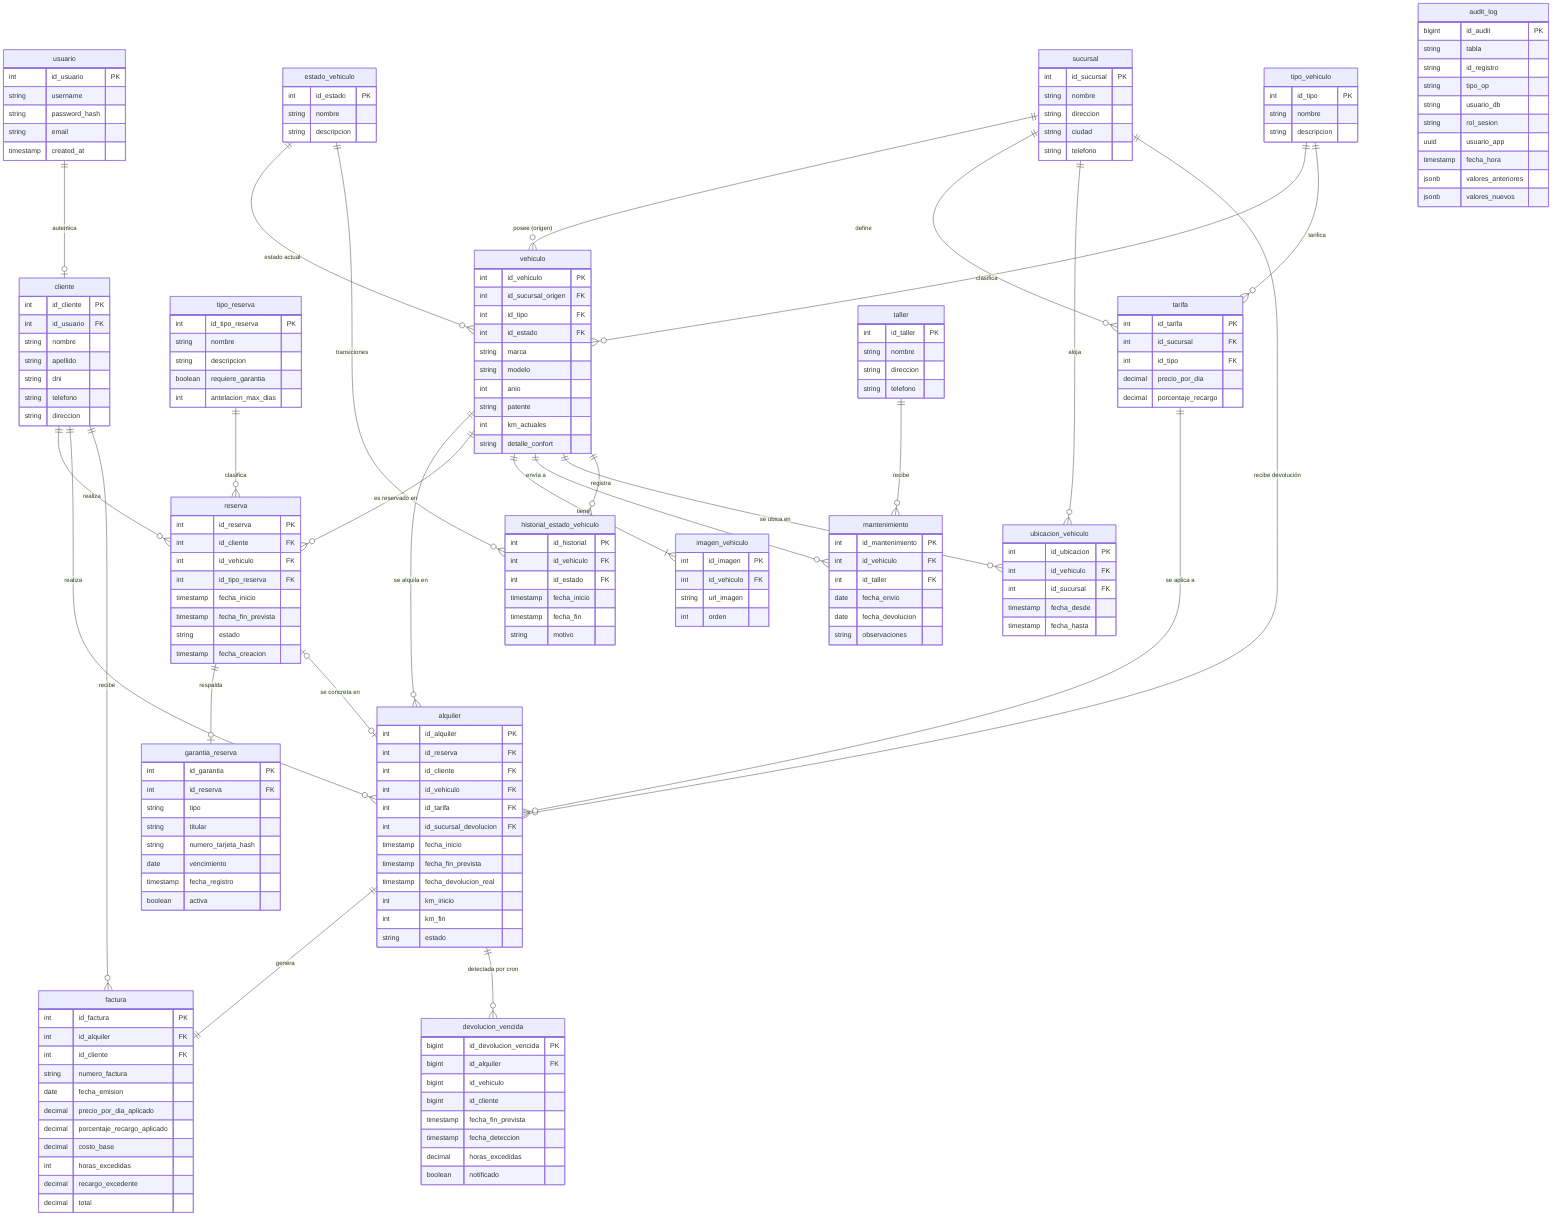
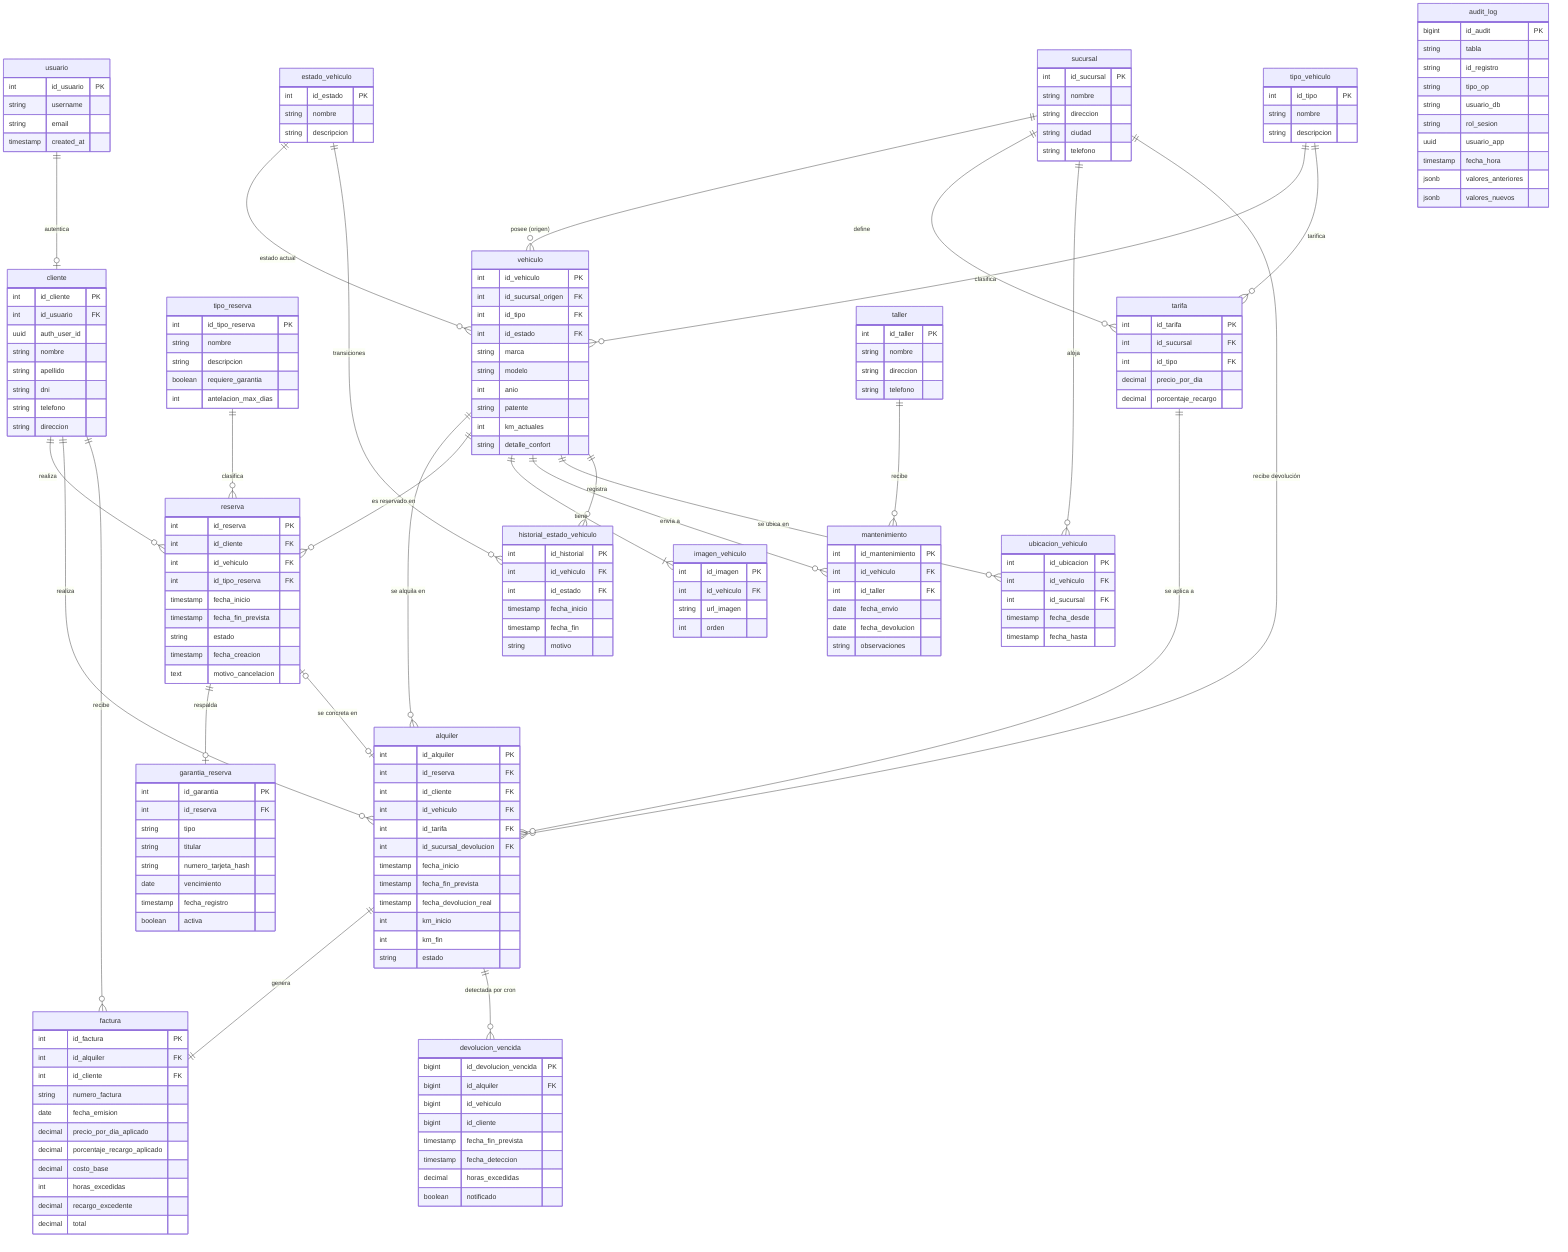
erDiagram
    usuario ||--o| cliente : "autentica"
    cliente ||--o{ reserva : "realiza"
    cliente ||--o{ alquiler : "realiza"
    cliente ||--o{ factura : "recibe"
    tipo_reserva ||--o{ reserva : "clasifica"
    reserva ||--o| garantia_reserva : "respalda"
    reserva |o--o| alquiler : "se concreta en"
    sucursal ||--o{ vehiculo : "posee (origen)"
    sucursal ||--o{ tarifa : "define"
    sucursal ||--o{ ubicacion_vehiculo : "aloja"
    sucursal ||--o{ alquiler : "recibe devolución"
    tipo_vehiculo ||--o{ vehiculo : "clasifica"
    tipo_vehiculo ||--o{ tarifa : "tarifica"
    tarifa ||--o{ alquiler : "se aplica a"
    estado_vehiculo ||--o{ vehiculo : "estado actual"
    estado_vehiculo ||--o{ historial_estado_vehiculo : "transiciones"
    vehiculo ||--o{ alquiler : "se alquila en"
    vehiculo ||--o{ reserva : "es reservado en"
    vehiculo ||--|{ imagen_vehiculo : "tiene"
    vehiculo ||--o{ mantenimiento : "envía a"
    vehiculo ||--o{ ubicacion_vehiculo : "se ubica en"
    vehiculo ||--o{ historial_estado_vehiculo : "registra"
    taller ||--o{ mantenimiento : "recibe"
    alquiler ||--|| factura : "genera"
    alquiler ||--o{ devolucion_vencida : "detectada por cron"

    usuario {
        int id_usuario PK
        string username
-         string password_hash
        string email
        timestamp created_at
    }
    cliente {
        int id_cliente PK
        int id_usuario FK
+         uuid auth_user_id
        string nombre
        string apellido
        string dni
        string telefono
        string direccion
    }
    sucursal {
        int id_sucursal PK
        string nombre
        string direccion
        string ciudad
        string telefono
    }
    tipo_vehiculo {
        int id_tipo PK
        string nombre
        string descripcion
    }
    estado_vehiculo {
        int id_estado PK
        string nombre
        string descripcion
    }
    tipo_reserva {
        int id_tipo_reserva PK
        string nombre
        string descripcion
        boolean requiere_garantia
        int antelacion_max_dias
    }
    tarifa {
        int id_tarifa PK
        int id_sucursal FK
        int id_tipo FK
        decimal precio_por_dia
        decimal porcentaje_recargo
    }
    vehiculo {
        int id_vehiculo PK
        int id_sucursal_origen FK
        int id_tipo FK
        int id_estado FK
        string marca
        string modelo
        int anio
        string patente
        int km_actuales
        string detalle_confort
    }
    ubicacion_vehiculo {
        int id_ubicacion PK
        int id_vehiculo FK
        int id_sucursal FK
        timestamp fecha_desde
        timestamp fecha_hasta
    }
    historial_estado_vehiculo {
        int id_historial PK
        int id_vehiculo FK
        int id_estado FK
        timestamp fecha_inicio
        timestamp fecha_fin
        string motivo
    }
    imagen_vehiculo {
        int id_imagen PK
        int id_vehiculo FK
        string url_imagen
        int orden
    }
    reserva {
        int id_reserva PK
        int id_cliente FK
        int id_vehiculo FK
        int id_tipo_reserva FK
        timestamp fecha_inicio
        timestamp fecha_fin_prevista
        string estado
        timestamp fecha_creacion
+         text motivo_cancelacion
    }
    garantia_reserva {
        int id_garantia PK
        int id_reserva FK
        string tipo
        string titular
        string numero_tarjeta_hash
        date vencimiento
        timestamp fecha_registro
        boolean activa
    }
    alquiler {
        int id_alquiler PK
        int id_reserva FK
        int id_cliente FK
        int id_vehiculo FK
        int id_tarifa FK
        int id_sucursal_devolucion FK
        timestamp fecha_inicio
        timestamp fecha_fin_prevista
        timestamp fecha_devolucion_real
        int km_inicio
        int km_fin
        string estado
    }
    factura {
        int id_factura PK
        int id_alquiler FK
        int id_cliente FK
        string numero_factura
        date fecha_emision
        decimal precio_por_dia_aplicado
        decimal porcentaje_recargo_aplicado
        decimal costo_base
        int horas_excedidas
        decimal recargo_excedente
        decimal total
    }
    taller {
        int id_taller PK
        string nombre
        string direccion
        string telefono
    }
    mantenimiento {
        int id_mantenimiento PK
        int id_vehiculo FK
        int id_taller FK
        date fecha_envio
        date fecha_devolucion
        string observaciones
    }
    audit_log {
        bigint id_audit PK
        string tabla
        string id_registro
        string tipo_op
        string usuario_db
        string rol_sesion
        uuid usuario_app
        timestamp fecha_hora
        jsonb valores_anteriores
        jsonb valores_nuevos
    }
    devolucion_vencida {
        bigint id_devolucion_vencida PK
        bigint id_alquiler FK
        bigint id_vehiculo
        bigint id_cliente
        timestamp fecha_fin_prevista
        timestamp fecha_deteccion
        decimal horas_excedidas
        boolean notificado
    }
